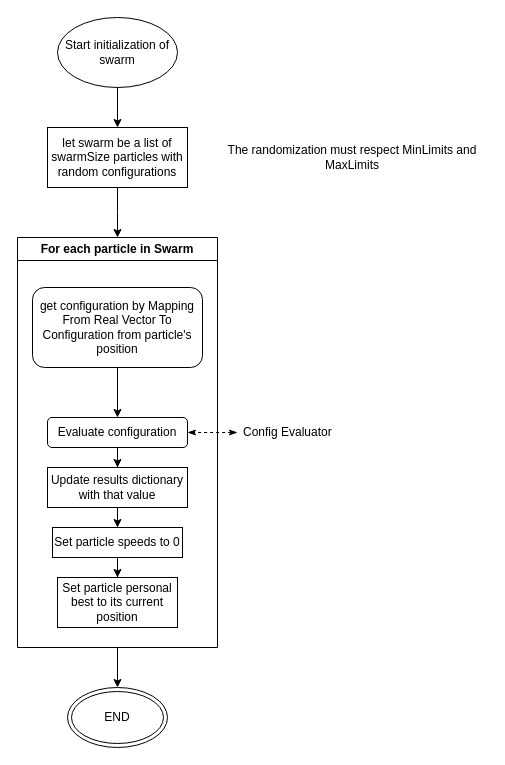
Above: page "Initialize Swarm" (2 of 11) of scheme/Orchestrator.drawio in R-a-d-u/PSATSimSimulation (draw.io), before the change. Source tidied: cells renumbered, new cells numbered last; positions are measured from the earlier drawing's top-left corner, leaving out a move shared by most shapes. Both pictures are drawn from the tidied source at 100%, with x=0, y=0 at pixel (17, 17).
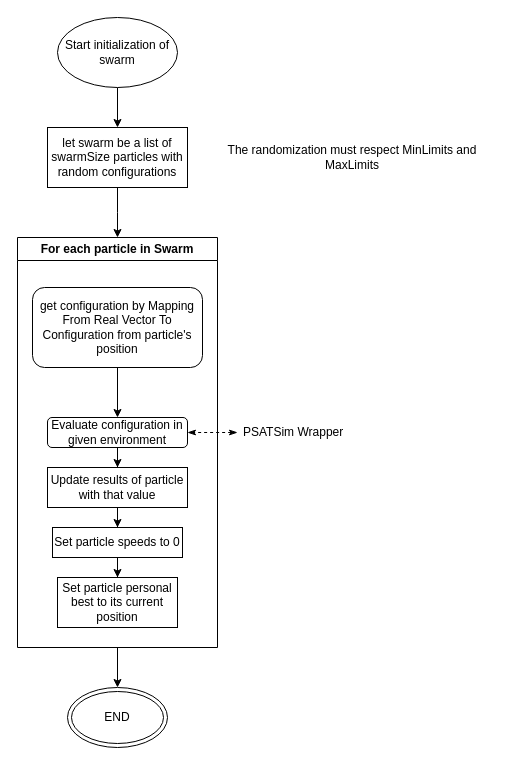
Above is the later version.

The change refers to these unchanged cells:
```xml
<mxCell id="7" value="For each particle in Swarm" style="swimlane;whiteSpace=wrap;html=1;" parent="1" vertex="1">
  <mxGeometry y="220" width="200" height="410" as="geometry" />
</mxCell>
```

Diff of the diagram source:
```diff
@@
-    <mxCell id="8" value="Config Evaluator" style="text;strokeColor=none;fillColor=none;align=left;verticalAlign=middle;spacingLeft=4;spacingRight=4;overflow=hidden;points=[[0,0.5],[1,0.5]];portConstraint=eastwest;whiteSpace=wrap;html=1;" parent="7" vertex="1">
+    <mxCell id="8" value="PSATSim Wrapper" style="text;strokeColor=none;fillColor=none;align=left;verticalAlign=middle;spacingLeft=4;spacingRight=4;overflow=hidden;points=[[0,0.5],[1,0.5]];portConstraint=eastwest;whiteSpace=wrap;html=1;" parent="7" vertex="1">
       <mxGeometry x="220" y="180" width="120" height="30" as="geometry" />
     </mxCell>
@@
-    <mxCell id="10" value="Evaluate configuration" style="rounded=1;whiteSpace=wrap;html=1;" parent="7" vertex="1">
+    <mxCell id="10" value="Evaluate configuration in given environment" style="rounded=1;whiteSpace=wrap;html=1;" parent="7" vertex="1">
       <mxGeometry x="30" y="180" width="140" height="30" as="geometry" />
     </mxCell>
@@
-    <mxCell id="12" value="Update results dictionary with that value" style="rounded=0;whiteSpace=wrap;html=1;" parent="7" vertex="1">
+    <mxCell id="12" value="Update results of particle with that value" style="rounded=0;whiteSpace=wrap;html=1;" parent="7" vertex="1">
       <mxGeometry x="30" y="230" width="140" height="40" as="geometry" />
     </mxCell>
```
